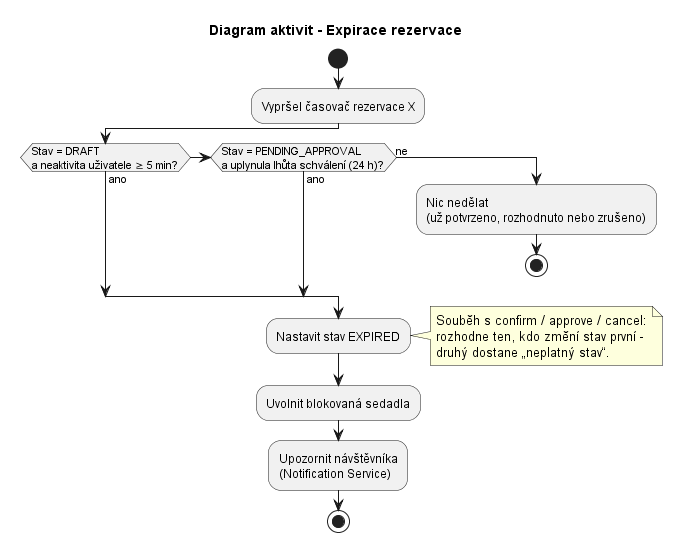
Above: docs/diagrams/c02/activity-expiration.png in jn-flk/SWI (PlantUML), before the change.
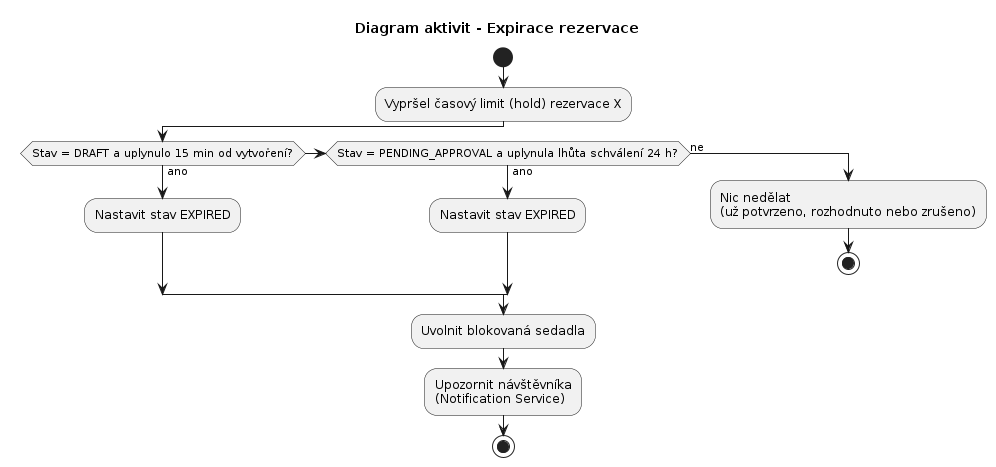
Above is the later version.

The edit, as a diff of the source:
```diff
@@ -3,19 +3,23 @@
 
 |Systém|
 start
-:Vypršel časovač rezervace X;
-if (Stav = DRAFT\na neaktivita uživatele ≥ 5 min?) then (ano)
-elseif (Stav = PENDING_APPROVAL\na uplynula lhůta schválení (24 h)?) then (ano)
+:Vypršel časový limit (hold) rezervace X;
+
+if (Stav = DRAFT a uplynulo 15 min od vytvoření?) then (ano)
+  :Nastavit stav EXPIRED;
+elseif (Stav = PENDING_APPROVAL a uplynula lhůta schválení 24 h?) then (ano)
+  :Nastavit stav EXPIRED;
 else (ne)
   :Nic nedělat\n(už potvrzeno, rozhodnuto nebo zrušeno);
   stop
 endif
-:Nastavit stav EXPIRED;
+
 note right
-  Souběh s confirm / approve / cancel:
-  rozhodne ten, kdo změní stav první -
-  druhý dostane „neplatný stav“.
+  **Souběh s confirm / approve / cancel:**
+  Rozhodne ten, kdo změní stav první.
+  Druhý proces dostane chybu „neplatný stav“.
 end note
+
 :Uvolnit blokovaná sedadla;
 :Upozornit návštěvníka\n(Notification Service);
 stop
```
